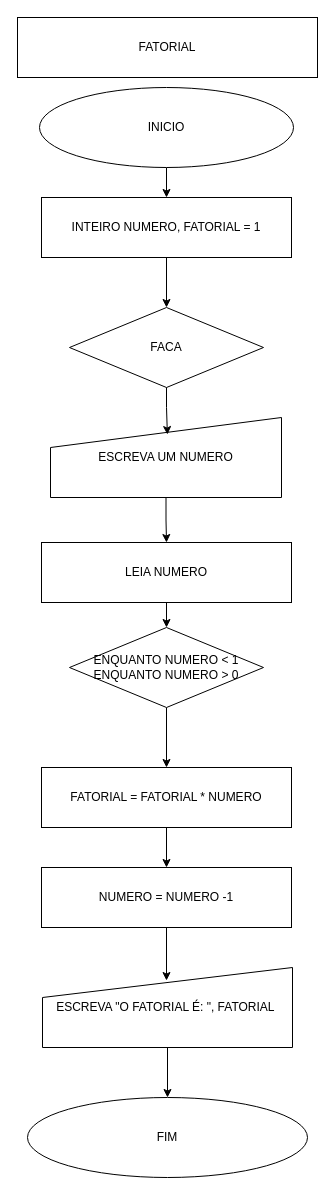
Earlier version of the draw.io diagram atividades/atividade006.drawio (PadawanXXVI/logica_programacao_senai). Source tidied: cells renumbered, new cells numbered last; positions are measured from the earlier drawing's top-left corner, leaving out a move shared by most shapes. Both pictures are drawn from the tidied source at 100%, with x=0, y=0 at pixel (17, 17).
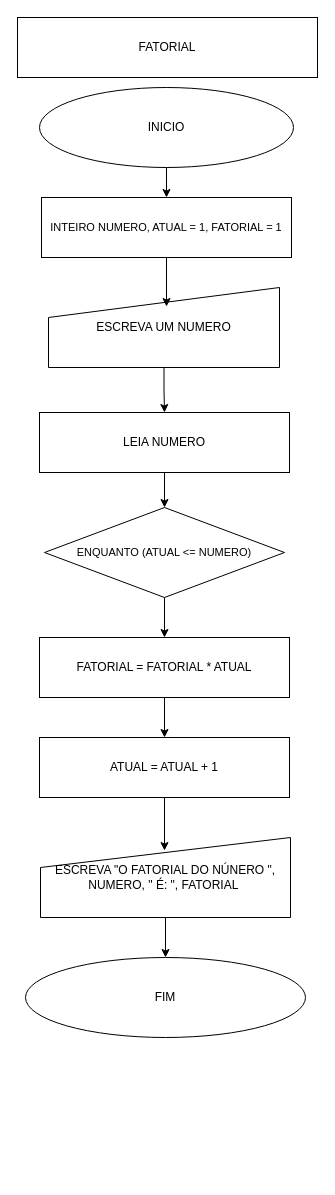
Above is the later version.

The edit, as a diff of the source:
```diff
@@
-    <mxCell id="5" value="FACA" style="rhombus;whiteSpace=wrap;html=1;" parent="1" vertex="1">
-      <mxGeometry x="52" y="290" width="194" height="80" as="geometry" />
-    </mxCell>
@@
     <mxCell id="7" value="ESCREVA UM NUMERO" style="shape=manualInput;whiteSpace=wrap;html=1;" parent="1" vertex="1">
-      <mxGeometry x="33" y="400" width="231" height="80" as="geometry" />
+      <mxGeometry x="31" y="270" width="231" height="80" as="geometry" />
     </mxCell>
-    <mxCell id="8" style="edgeStyle=orthogonalEdgeStyle;rounded=0;jettySize=auto;html=1;" parent="1" edge="1" source="9" target="5">
-      <mxGeometry relative="1" as="geometry" />
-    </mxCell>
-    <mxCell id="9" value="INTEIRO NUMERO, FATORIAL = 1" style="rounded=0;whiteSpace=wrap;html=1;" parent="1" vertex="1">
+    <mxCell id="9" value="INTEIRO NUMERO, ATUAL = 1, FATORIAL = 1" style="rounded=0;whiteSpace=wrap;html=1;fontSize=11;" parent="1" vertex="1">
       <mxGeometry x="24" y="180" width="250" height="60" as="geometry" />
     </mxCell>
-    <mxCell id="10" style="edgeStyle=orthogonalEdgeStyle;rounded=0;jettySize=auto;html=1;exitX=0.5;exitY=1;exitDx=0;exitDy=0;entryX=0.506;entryY=0.213;entryDx=0;entryDy=0;entryPerimeter=0;" parent="1" edge="1" source="5" target="7">
-      <mxGeometry relative="1" as="geometry" />
-    </mxCell>
@@
     <mxCell id="12" value="LEIA NUMERO" style="rounded=0;whiteSpace=wrap;html=1;" parent="1" vertex="1">
-      <mxGeometry x="24" y="525" width="250" height="60" as="geometry" />
+      <mxGeometry x="22" y="395" width="250" height="60" as="geometry" />
     </mxCell>
@@
-    <mxCell id="14" value="ENQUANTO NUMERO &amp;lt; 1&lt;div&gt;ENQUANTO NUMERO &amp;gt; 0&lt;/div&gt;" style="rhombus;whiteSpace=wrap;html=1;" parent="1" vertex="1">
-      <mxGeometry x="52" y="610" width="194" height="80" as="geometry" />
+    <mxCell id="14" value="ENQUANTO (ATUAL &amp;lt;= NUMERO)" style="rhombus;whiteSpace=wrap;html=1;fontSize=11;" parent="1" vertex="1">
+      <mxGeometry x="27" y="490" width="240" height="90" as="geometry" />
     </mxCell>
@@
-    <mxCell id="16" value="FATORIAL = FATORIAL * NUMERO" style="rounded=0;whiteSpace=wrap;html=1;" parent="1" vertex="1">
-      <mxGeometry x="24" y="750" width="250" height="60" as="geometry" />
+    <mxCell id="16" value="FATORIAL = FATORIAL * ATUAL" style="rounded=0;whiteSpace=wrap;html=1;" parent="1" vertex="1">
+      <mxGeometry x="22" y="620" width="250" height="60" as="geometry" />
     </mxCell>
-    <mxCell id="17" value="NUMERO = NUMERO -1" style="rounded=0;whiteSpace=wrap;html=1;" parent="1" vertex="1">
-      <mxGeometry x="24" y="850" width="250" height="60" as="geometry" />
+    <mxCell id="17" value="ATUAL = ATUAL + 1" style="rounded=0;whiteSpace=wrap;html=1;" parent="1" vertex="1">
+      <mxGeometry x="22" y="720" width="250" height="60" as="geometry" />
     </mxCell>
@@
-    <mxCell id="19" value="ESCREVA &quot;O FATORIAL É: &quot;, FATORIAL&amp;nbsp;" style="shape=manualInput;whiteSpace=wrap;html=1;" parent="1" vertex="1">
-      <mxGeometry x="25" y="950" width="250" height="80" as="geometry" />
+    <mxCell id="19" value="ESCREVA &quot;O FATORIAL DO NÚNERO &quot;, NUMERO, &quot; É: &quot;, FATORIAL&amp;nbsp;" style="shape=manualInput;whiteSpace=wrap;html=1;" parent="1" vertex="1">
+      <mxGeometry x="23" y="820" width="250" height="80" as="geometry" />
     </mxCell>
@@
     <mxCell id="21" value="FIM" style="ellipse;whiteSpace=wrap;html=1;" parent="1" vertex="1">
-      <mxGeometry x="10" y="1080" width="280" height="80" as="geometry" />
+      <mxGeometry x="8" y="940" width="280" height="80" as="geometry" />
     </mxCell>
+    <mxCell id="22" style="edgeStyle=orthogonalEdgeStyle;rounded=0;jettySize=auto;html=1;exitX=0.5;exitY=1;exitDx=0;exitDy=0;entryX=0.511;entryY=0.238;entryDx=0;entryDy=0;entryPerimeter=0;" parent="1" edge="1" source="9" target="7">
+      <mxGeometry relative="1" as="geometry" />
+    </mxCell>
```
